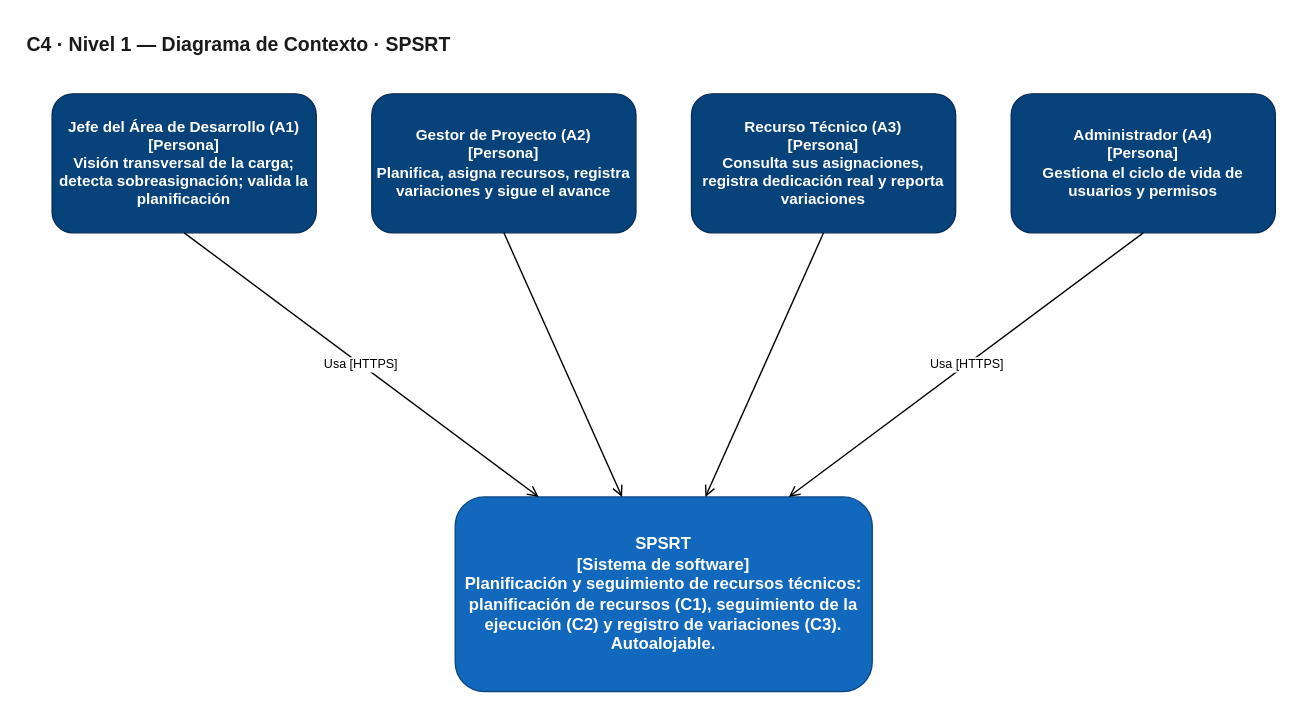
Above: page "1. Contexto" (1 of 7) of Docs/C4_Model/SPSRT_C4.drawio in tfm-missi-2026/orquestacion (draw.io), before the change. Source tidied: cells renumbered, new cells numbered last; positions are measured from the earlier drawing's top-left corner, leaving out a move shared by most shapes. Both pictures are drawn from the tidied source at 139%, with x=0, y=0 at pixel (24, 24).
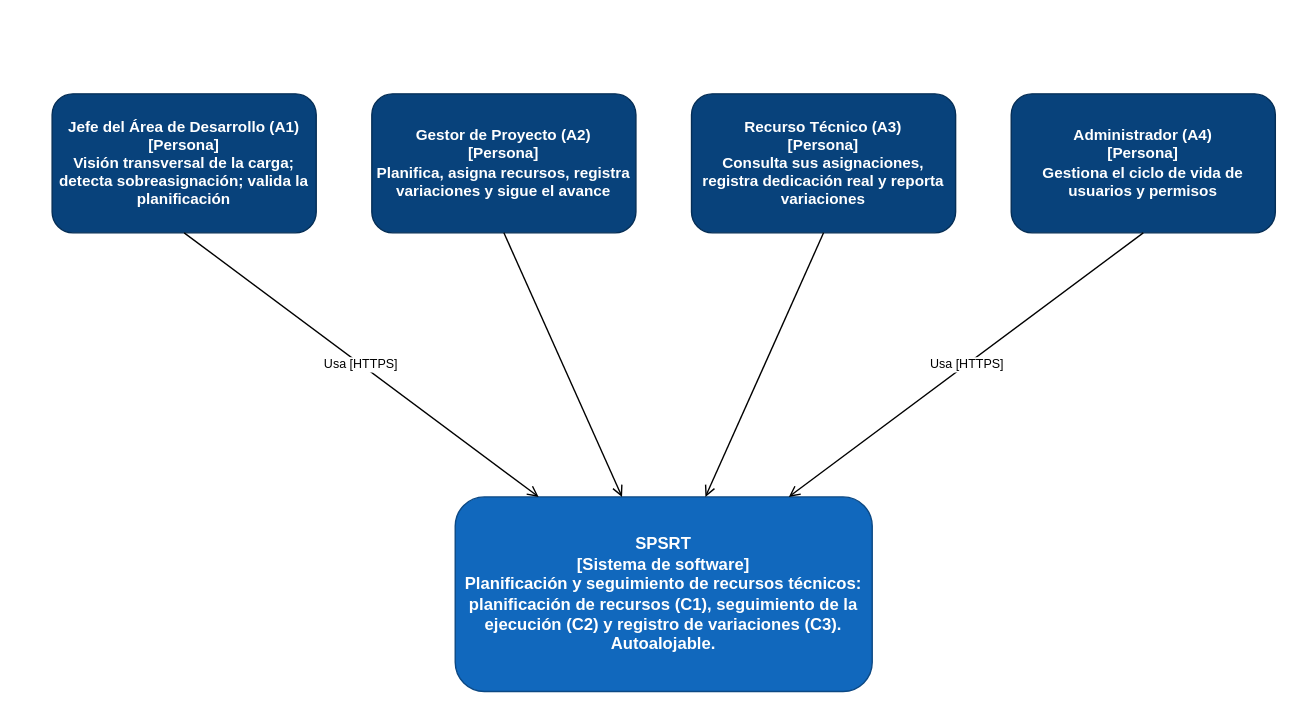
The same page after the edit.

What changed in the source:
```diff
@@
 <mxGraphModel>
   <root>
     <mxCell id="0" />
     <mxCell id="1" parent="0" />
-    <mxCell id="2" value="C4 · Nivel 1 — Diagrama de Contexto · SPSRT" style="text;html=1;strokeColor=none;fillColor=none;align=left;fontStyle=1;fontSize=14;fontColor=#1A1A1A;" parent="1" vertex="1">
-      <mxGeometry width="500" height="24" as="geometry" />
-    </mxCell>
     <mxCell id="3" value="Jefe del Área de Desarrollo (A1)&lt;br&gt;[Persona]&lt;br&gt;Visión transversal de la carga; detecta sobreasignación; valida la planificación" style="rounded=1;whiteSpace=wrap;html=1;fillColor=#08427B;strokeColor=#052E56;fontColor=#FFFFFF;fontStyle=1;fontSize=11;" parent="1" vertex="1">
       <mxGeometry x="20" y="50" width="190" height="100" as="geometry" />
     </mxCell>
     <mxCell id="4" value="Gestor de Proyecto (A2)&lt;br&gt;[Persona]&lt;br&gt;Planifica, asigna recursos, registra variaciones y sigue el avance" style="rounded=1;whiteSpace=wrap;html=1;fillColor=#08427B;strokeColor=#052E56;fontColor=#FFFFFF;fontStyle=1;fontSize=11;" parent="1" vertex="1">
       <mxGeometry x="250" y="50" width="190" height="100" as="geometry" />
     </mxCell>
     <mxCell id="5" value="Recurso Técnico (A3)&lt;br&gt;[Persona]&lt;br&gt;Consulta sus asignaciones, registra dedicación real y reporta variaciones" style="rounded=1;whiteSpace=wrap;html=1;fillColor=#08427B;strokeColor=#052E56;fontColor=#FFFFFF;fontStyle=1;fontSize=11;" parent="1" vertex="1">
       <mxGeometry x="480" y="50" width="190" height="100" as="geometry" />
     </mxCell>
     <mxCell id="6" value="Administrador (A4)&lt;br&gt;[Persona]&lt;br&gt;Gestiona el ciclo de vida de usuarios y permisos" style="rounded=1;whiteSpace=wrap;html=1;fillColor=#08427B;strokeColor=#052E56;fontColor=#FFFFFF;fontStyle=1;fontSize=11;" parent="1" vertex="1">
       <mxGeometry x="710" y="50" width="190" height="100" as="geometry" />
     </mxCell>
     <mxCell id="7" value="SPSRT&lt;br&gt;[Sistema de software]&lt;br&gt;Planificación y seguimiento de recursos técnicos: planificación de recursos (C1), seguimiento de la ejecución (C2) y registro de variaciones (C3). Autoalojable." style="rounded=1;whiteSpace=wrap;html=1;fillColor=#1168BD;strokeColor=#0B4884;fontColor=#FFFFFF;fontStyle=1;fontSize=12;" parent="1" vertex="1">
       <mxGeometry x="310" y="340" width="300" height="140" as="geometry" />
     </mxCell>
     <mxCell id="8" value="Usa [HTTPS]" style="endArrow=open;html=1;fontSize=9;exitX=0.5;exitY=1;entryX=0.2;entryY=0;" parent="1" edge="1" source="3" target="7">
       <mxGeometry relative="1" as="geometry" />
     </mxCell>
     <mxCell id="9" style="endArrow=open;html=1;fontSize=9;exitX=0.5;exitY=1;entryX=0.4;entryY=0;" parent="1" edge="1" source="4" target="7">
       <mxGeometry relative="1" as="geometry" />
     </mxCell>
     <mxCell id="10" style="endArrow=open;html=1;fontSize=9;exitX=0.5;exitY=1;entryX=0.6;entryY=0;" parent="1" edge="1" source="5" target="7">
       <mxGeometry relative="1" as="geometry" />
     </mxCell>
     <mxCell id="11" value="Usa [HTTPS]" style="endArrow=open;html=1;fontSize=9;exitX=0.5;exitY=1;entryX=0.8;entryY=0;" parent="1" edge="1" source="6" target="7">
       <mxGeometry relative="1" as="geometry" />
     </mxCell>
   </root>
 </mxGraphModel>
```
